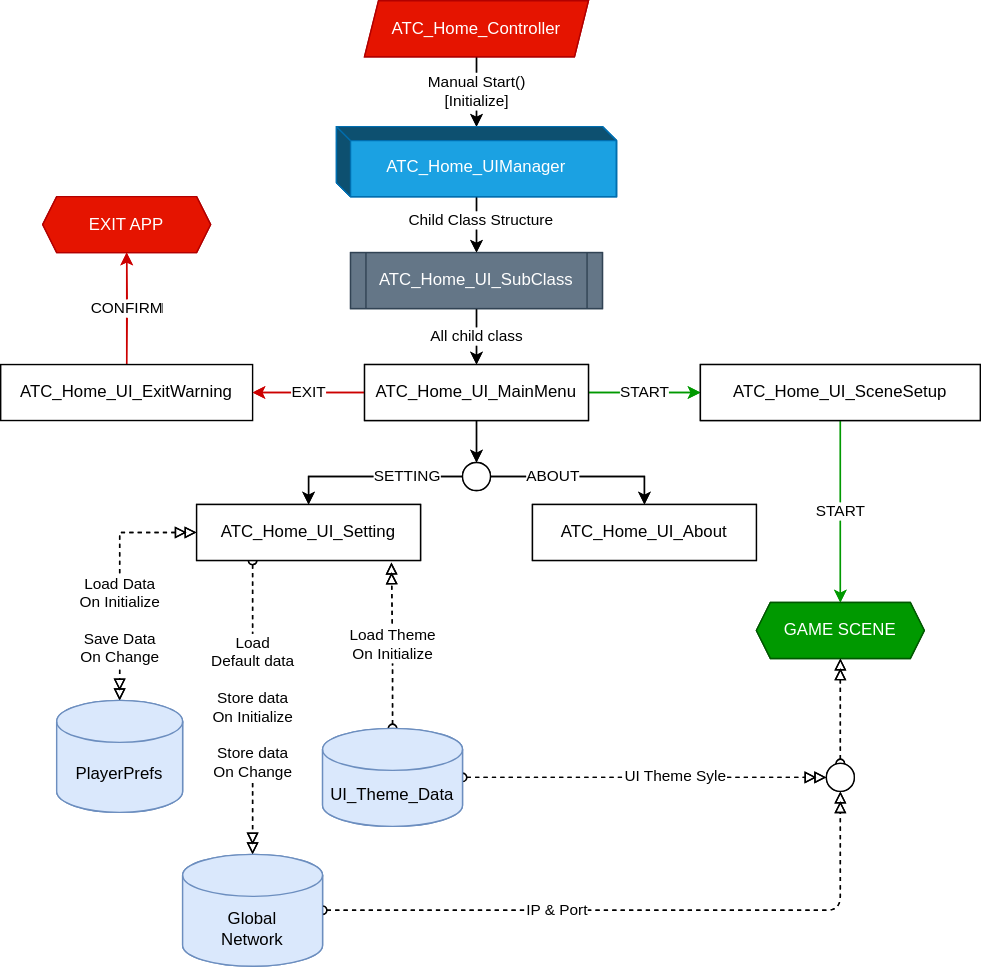
Earlier version of the draw.io export Assets/Script/01_Home/Flow_Chart_ATC_Home.drawio.svg (sabbirahmedsr/BAF-ATC-Test-UI-Toolkit-Operator-URP-U.6.1). Source tidied: cells renumbered, new cells last; positions are measured from the earlier drawing's top-left corner, leaving out a move shared by most shapes.
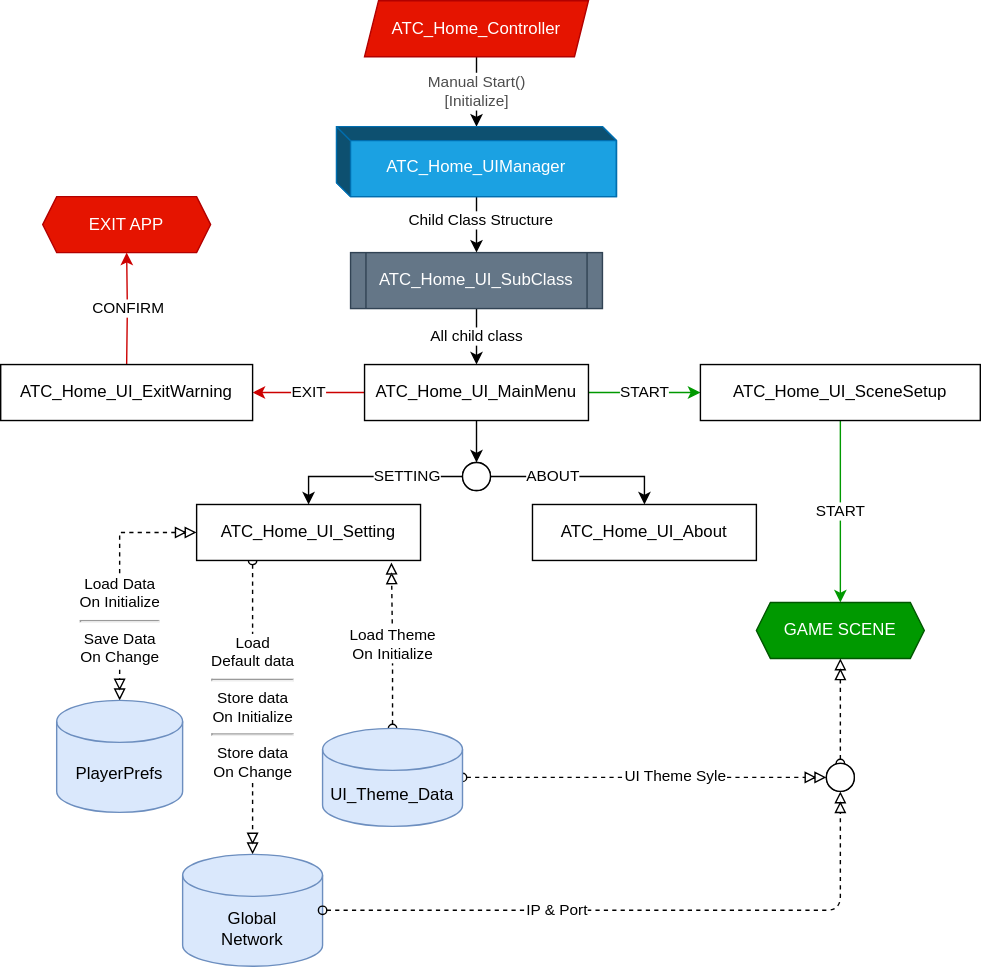
After the commit.

What changed in the source:
```diff
@@ -36,10 +36,10 @@
     <mxCell id="11" value="ATC_Home_UI_SceneSetup" style="rounded=0;whiteSpace=wrap;html=1;" parent="1" vertex="1">
       <mxGeometry x="500" y="260" width="200" height="40" as="geometry" />
     </mxCell>
-    <mxCell id="12" value="&lt;div&gt;Load&lt;/div&gt;&lt;div&gt;Default data&lt;/div&gt;&lt;div&gt;&lt;span style=&quot;background-color: light-dark(#ffffff, var(--ge-dark-color, #121212));&quot;&gt;&lt;br&gt;&lt;/span&gt;&lt;/div&gt;&lt;div&gt;&lt;span style=&quot;background-color: light-dark(#ffffff, var(--ge-dark-color, #121212));&quot;&gt;Store data&lt;/span&gt;&lt;/div&gt;&lt;div&gt;On Initialize&lt;/div&gt;&lt;div&gt;&lt;br&gt;&lt;/div&gt;&lt;div&gt;Store data&lt;/div&gt;&lt;div&gt;On Change&lt;/div&gt;" style="edgeStyle=orthogonalEdgeStyle;html=1;rounded=0;dashed=1;verticalAlign=middle;flowAnimation=0;startArrow=oval;startFill=0;endArrow=doubleBlock;endFill=0;fontColor=light-dark(#000000,#CCCCCC);entryX=0.5;entryY=0;entryDx=0;entryDy=0;entryPerimeter=0;exitX=0.25;exitY=1;exitDx=0;exitDy=0;" parent="1" edge="1" source="14" target="26">
+    <mxCell id="12" value="&lt;div&gt;Load&lt;/div&gt;&lt;div&gt;Default data&lt;/div&gt;&lt;div&gt;&lt;hr&gt;&lt;/div&gt;&lt;div&gt;&lt;span style=&quot;background-color: light-dark(#ffffff, var(--ge-dark-color, #121212));&quot;&gt;Store data&lt;/span&gt;&lt;/div&gt;&lt;div&gt;On Initialize&lt;/div&gt;&lt;div&gt;&lt;hr&gt;&lt;/div&gt;&lt;div&gt;Store data&lt;/div&gt;&lt;div&gt;On Change&lt;/div&gt;" style="edgeStyle=orthogonalEdgeStyle;html=1;rounded=0;dashed=1;verticalAlign=middle;flowAnimation=0;startArrow=oval;startFill=0;endArrow=doubleBlock;endFill=0;fontColor=light-dark(#000000,#CCCCCC);entryX=0.5;entryY=0;entryDx=0;entryDy=0;entryPerimeter=0;exitX=0.25;exitY=1;exitDx=0;exitDy=0;" parent="1" edge="1" source="14" target="26">
       <mxGeometry relative="1" as="geometry" />
     </mxCell>
-    <mxCell id="13" value="Load Data&lt;div&gt;On Initialize&lt;/div&gt;&lt;div&gt;&lt;br&gt;&lt;/div&gt;&lt;div&gt;Save Data&lt;/div&gt;&lt;div&gt;On Change&lt;/div&gt;" style="edgeStyle=orthogonalEdgeStyle;shape=connector;curved=0;rounded=0;html=1;entryX=0.5;entryY=0;entryDx=0;entryDy=0;strokeColor=default;align=center;verticalAlign=middle;fontFamily=Helvetica;fontSize=11;fontColor=light-dark(#000000,#CCCCCC);labelBackgroundColor=default;endArrow=doubleBlock;exitX=0;exitY=0.5;exitDx=0;exitDy=0;dashed=1;startArrow=doubleBlock;startFill=0;endFill=0;entryPerimeter=0;" parent="1" edge="1" source="14" target="27">
+    <mxCell id="13" value="Load Data&lt;div&gt;On Initialize&lt;/div&gt;&lt;div&gt;&lt;hr&gt;&lt;/div&gt;&lt;div&gt;Save Data&lt;/div&gt;&lt;div&gt;On Change&lt;/div&gt;" style="edgeStyle=orthogonalEdgeStyle;shape=connector;curved=0;rounded=0;html=1;entryX=0.5;entryY=0;entryDx=0;entryDy=0;strokeColor=default;align=center;verticalAlign=middle;fontFamily=Helvetica;fontSize=11;fontColor=light-dark(#000000,#CCCCCC);labelBackgroundColor=default;endArrow=doubleBlock;exitX=0;exitY=0.5;exitDx=0;exitDy=0;dashed=1;startArrow=doubleBlock;startFill=0;endFill=0;entryPerimeter=0;" parent="1" edge="1" source="14" target="27">
       <mxGeometry x="0.35" relative="1" as="geometry" />
     </mxCell>
     <mxCell id="14" value="ATC_Home_UI_Setting" style="rounded=0;whiteSpace=wrap;html=1;" parent="1" vertex="1">
@@ -102,104 +102,14 @@
     <mxCell id="33" style="ellipse;whiteSpace=wrap;html=1;" parent="1" vertex="1">
       <mxGeometry x="590" y="545" width="20" height="20" as="geometry" />
     </mxCell>
-    <mxCell id="34" value="Manual Start()&#10;[Initialize]" style="edgeStyle=none;html=1;fontColor=light-dark(#000000,#B3B3B3);textShadow=0;labelBackgroundColor=default;labelBorderColor=none;" parent="1" edge="1" source="35" target="52">
-      <mxGeometry relative="1" as="geometry" />
-    </mxCell>
-    <mxCell id="35" value="ATC_Home_Controller" style="rounded=0;whiteSpace=wrap;html=1;shape=parallelogram;perimeter=parallelogramPerimeter;fixedSize=1;size=10;fillColor=#e51400;fontColor=#ffffff;strokeColor=#B20000;" parent="1" vertex="1">
-      <mxGeometry x="260" width="160" height="40" as="geometry" />
-    </mxCell>
-    <mxCell id="36" value="ATC_Home_UI_About" style="rounded=0;whiteSpace=wrap;html=1;" parent="1" vertex="1">
-      <mxGeometry x="380" y="360" width="160" height="40" as="geometry" />
-    </mxCell>
-    <mxCell id="37" value="CONFIRM" style="edgeStyle=orthogonalEdgeStyle;rounded=0;jettySize=auto;html=1;strokeColor=light-dark(#CC0000,#CC0000);fontColor=light-dark(#000000,#B3B3B3);" parent="1" edge="1" source="38" target="57">
-      <mxGeometry relative="1" as="geometry" />
-    </mxCell>
     <mxCell id="38" value="ATC_Home_UI_ExitWarning" style="rounded=0;whiteSpace=wrap;html=1;" parent="1" vertex="1">
       <mxGeometry y="260" width="180" height="40" as="geometry" />
     </mxCell>
-    <mxCell id="39" value="START" style="edgeStyle=none;html=1;entryX=0;entryY=0.5;entryDx=0;entryDy=0;exitX=1;exitY=0.5;exitDx=0;exitDy=0;labelPosition=center;verticalLabelPosition=middle;align=center;verticalAlign=middle;strokeColor=#009900;fontColor=light-dark(#000000,#B3B3B3);" parent="1" edge="1" source="42" target="44">
-      <mxGeometry relative="1" as="geometry" />
-    </mxCell>
-    <mxCell id="40" value="EXIT" style="edgeStyle=none;html=1;entryX=1;entryY=0.5;entryDx=0;entryDy=0;exitX=0;exitY=0.5;exitDx=0;exitDy=0;strokeColor=light-dark(#CC0000,#CC0000);fontColor=light-dark(#000000,#B3B3B3);" parent="1" edge="1" source="42" target="38">
-      <mxGeometry relative="1" as="geometry" />
-    </mxCell>
-    <mxCell id="41" style="edgeStyle=none;html=1;entryX=0.5;entryY=0;entryDx=0;entryDy=0;" parent="1" edge="1" source="42" target="55">
-      <mxGeometry relative="1" as="geometry" />
-    </mxCell>
-    <mxCell id="42" value="ATC_Home_UI_MainMenu" style="rounded=0;whiteSpace=wrap;html=1;" parent="1" vertex="1">
-      <mxGeometry x="260" y="260" width="160" height="40" as="geometry" />
-    </mxCell>
-    <mxCell id="43" value="START" style="edgeStyle=orthogonalEdgeStyle;rounded=0;jettySize=auto;html=1;entryX=0.5;entryY=0;entryDx=0;entryDy=0;exitX=0.5;exitY=1;exitDx=0;exitDy=0;strokeColor=#009900;fontColor=light-dark(#000000,#B3B3B3);" parent="1" edge="1" source="44" target="56">
-      <mxGeometry relative="1" as="geometry" />
-    </mxCell>
-    <mxCell id="44" value="ATC_Home_UI_SceneSetup" style="rounded=0;whiteSpace=wrap;html=1;" parent="1" vertex="1">
-      <mxGeometry x="500" y="260" width="200" height="40" as="geometry" />
-    </mxCell>
-    <mxCell id="45" value="&lt;div&gt;Load&lt;/div&gt;&lt;div&gt;Default data&lt;/div&gt;&lt;div&gt;&lt;span style=&quot;background-color: light-dark(#ffffff, var(--ge-dark-color, #121212));&quot;&gt;&lt;br&gt;&lt;/span&gt;&lt;/div&gt;&lt;div&gt;&lt;span style=&quot;background-color: light-dark(#ffffff, var(--ge-dark-color, #121212));&quot;&gt;Store data&lt;/span&gt;&lt;/div&gt;&lt;div&gt;On Initialize&lt;/div&gt;&lt;div&gt;&lt;br&gt;&lt;/div&gt;&lt;div&gt;Store data&lt;/div&gt;&lt;div&gt;On Change&lt;/div&gt;" style="edgeStyle=orthogonalEdgeStyle;html=1;rounded=0;dashed=1;verticalAlign=middle;flowAnimation=0;startArrow=oval;startFill=0;endArrow=doubleBlock;endFill=0;fontColor=light-dark(#000000,#B3B3B3);entryX=0.5;entryY=0;entryDx=0;entryDy=0;entryPerimeter=0;exitX=0.25;exitY=1;exitDx=0;exitDy=0;" parent="1" edge="1" source="47" target="66">
-      <mxGeometry relative="1" as="geometry" />
-    </mxCell>
-    <mxCell id="46" value="Load Data&lt;div&gt;On Initialize&lt;/div&gt;&lt;div&gt;&lt;br&gt;&lt;/div&gt;&lt;div&gt;Save Data&lt;/div&gt;&lt;div&gt;On Change&lt;/div&gt;" style="edgeStyle=orthogonalEdgeStyle;shape=connector;curved=0;rounded=0;html=1;entryX=0.5;entryY=0;entryDx=0;entryDy=0;strokeColor=default;align=center;verticalAlign=middle;fontFamily=Helvetica;fontSize=11;fontColor=light-dark(#000000,#B3B3B3);labelBackgroundColor=default;endArrow=doubleBlock;exitX=0;exitY=0.5;exitDx=0;exitDy=0;dashed=1;startArrow=doubleBlock;startFill=0;endFill=0;entryPerimeter=0;" parent="1" edge="1" source="47" target="59">
-      <mxGeometry x="0.35" relative="1" as="geometry" />
-    </mxCell>
-    <mxCell id="47" value="ATC_Home_UI_Setting" style="rounded=0;whiteSpace=wrap;html=1;" parent="1" vertex="1">
-      <mxGeometry x="140" y="360" width="160" height="40" as="geometry" />
-    </mxCell>
-    <mxCell id="48" value="All child class" style="edgeStyle=none;html=1;exitX=0.5;exitY=1;exitDx=0;exitDy=0;fontColor=light-dark(#000000,#CCCCCC);" parent="1" edge="1" source="49" target="42">
-      <mxGeometry relative="1" as="geometry" />
-    </mxCell>
-    <mxCell id="49" value="ATC_Home_UI_SubClass" style="rounded=0;whiteSpace=wrap;html=1;shape=process;backgroundOutline=1;size=0.06249999999999929;fillColor=#647687;fontColor=#ffffff;strokeColor=#314354;" parent="1" vertex="1">
-      <mxGeometry x="250" y="180" width="180" height="40" as="geometry" />
-    </mxCell>
-    <mxCell id="50" style="edgeStyle=none;html=1;" parent="1" edge="1" source="52" target="49">
-      <mxGeometry relative="1" as="geometry" />
-    </mxCell>
-    <mxCell id="51" value="Child Class Structure" style="edgeLabel;html=1;align=center;verticalAlign=middle;fontColor=light-dark(#000000,#B3B3B3);" parent="50" vertex="1">
-      <mxGeometry x="-0.19" y="2" relative="1" as="geometry" />
-    </mxCell>
-    <mxCell id="52" value="ATC_Home_UIManager" style="rounded=0;whiteSpace=wrap;html=1;dashed=0;shape=mxgraph.dfd.externalEntity;verticalAlign=middle;spacing=2;spacingBottom=-8;fillColor=#1ba1e2;fontColor=#ffffff;strokeColor=#006EAF;" parent="1" vertex="1">
-      <mxGeometry x="240" y="90" width="200" height="50" as="geometry" />
-    </mxCell>
-    <mxCell id="53" value="ABOUT" style="edgeStyle=orthogonalEdgeStyle;html=1;entryX=0.5;entryY=0;entryDx=0;entryDy=0;labelPosition=left;verticalLabelPosition=middle;align=right;verticalAlign=middle;rounded=0;curved=0;fontColor=light-dark(#000000,#B3B3B3);" parent="1" edge="1" source="55" target="36">
-      <mxGeometry relative="1" as="geometry" />
-    </mxCell>
-    <mxCell id="54" value="SETTING" style="edgeStyle=orthogonalEdgeStyle;html=1;entryX=0.5;entryY=0;entryDx=0;entryDy=0;labelPosition=right;verticalLabelPosition=middle;align=left;verticalAlign=middle;rounded=0;curved=0;fontColor=light-dark(#000000,#B3B3B3);" parent="1" edge="1" source="55" target="47">
-      <mxGeometry relative="1" as="geometry" />
-    </mxCell>
     <mxCell id="55" style="ellipse;whiteSpace=wrap;html=1;" parent="1" vertex="1">
       <mxGeometry x="330" y="330" width="20" height="20" as="geometry" />
     </mxCell>
-    <mxCell id="56" value="GAME SCENE" style="shape=hexagon;perimeter=hexagonPerimeter2;whiteSpace=wrap;html=1;fixedSize=1;rounded=0;fillColor=light-dark(#009900,#006600);fontColor=light-dark(#FFFFFF,#FFFFFF);strokeColor=#005700;size=10;" parent="1" vertex="1">
-      <mxGeometry x="540" y="430" width="120" height="40" as="geometry" />
-    </mxCell>
-    <mxCell id="57" value="EXIT APP" style="shape=hexagon;perimeter=hexagonPerimeter2;whiteSpace=wrap;html=1;fixedSize=1;rounded=0;fillColor=light-dark(#E51400,#CC0000);fontColor=light-dark(#FFFFFF,#FFFFFF);strokeColor=#B20000;size=10;" parent="1" vertex="1">
-      <mxGeometry x="30" y="140" width="120" height="40" as="geometry" />
-    </mxCell>
-    <mxCell id="58" style="html=1;entryX=0.5;entryY=1;entryDx=0;entryDy=0;elbow=vertical;verticalAlign=middle;align=left;horizontal=1;edgeStyle=orthogonalEdgeStyle;dashed=1;startArrow=oval;startFill=0;endArrow=doubleBlock;endFill=0;fontColor=light-dark(#000000,#CCCCCC);" parent="1" edge="1" source="65" target="56">
-      <mxGeometry x="-0.38" relative="1" as="geometry" />
-    </mxCell>
-    <mxCell id="59" value="PlayerPrefs" style="shape=cylinder3;whiteSpace=wrap;html=1;boundedLbl=1;backgroundOutline=1;size=15;fillColor=#dae8fc;strokeColor=#6c8ebf;" parent="1" vertex="1">
-      <mxGeometry x="40" y="500" width="90" height="80" as="geometry" />
-    </mxCell>
-    <mxCell id="60" value="Load Theme&lt;div&gt;On Initialize&lt;/div&gt;" style="shape=connector;rounded=0;html=1;strokeColor=default;align=center;verticalAlign=middle;fontFamily=Helvetica;fontSize=11;fontColor=light-dark(#000000,#B3B3B3);labelBackgroundColor=default;endArrow=doubleBlock;exitX=0.5;exitY=0;exitDx=0;exitDy=0;exitPerimeter=0;entryX=0.87;entryY=1.037;entryDx=0;entryDy=0;elbow=vertical;dashed=1;jumpStyle=none;startArrow=oval;startFill=0;endFill=0;flowAnimation=0;edgeStyle=orthogonalEdgeStyle;entryPerimeter=0;" parent="1" edge="1" source="64" target="47">
-      <mxGeometry relative="1" as="geometry" />
-    </mxCell>
-    <mxCell id="61" style="edgeStyle=none;html=1;rounded=0;dashed=1;strokeColor=default;align=center;verticalAlign=middle;fontFamily=Helvetica;fontSize=11;fontColor=light-dark(#000000,#CCCCCC);labelBackgroundColor=default;elbow=vertical;jumpStyle=none;startArrow=oval;startFill=0;endArrow=doubleBlock;endFill=0;entryX=0;entryY=0.5;entryDx=0;entryDy=0;" parent="1" edge="1" source="64" target="65">
-      <mxGeometry relative="1" as="geometry" />
-    </mxCell>
-    <mxCell id="62" value="UI Theme Syle" style="edgeLabel;html=1;align=center;verticalAlign=middle;fontColor=light-dark(#000000,#B3B3B3);" parent="61" vertex="1">
-      <mxGeometry x="0.16" y="2" relative="1" as="geometry" />
-    </mxCell>
-    <mxCell id="63" value="IP &amp;amp; Port" style="html=1;entryX=0.5;entryY=1;entryDx=0;entryDy=0;elbow=vertical;verticalAlign=middle;align=left;horizontal=1;edgeStyle=orthogonalEdgeStyle;dashed=1;startArrow=oval;startFill=0;endArrow=doubleBlock;endFill=0;fontColor=light-dark(#000000,#B3B3B3);" parent="1" edge="1" source="66" target="65">
-      <mxGeometry x="-0.37" relative="1" as="geometry" />
-    </mxCell>
-    <mxCell id="64" value="UI_Theme_Data" style="shape=cylinder3;whiteSpace=wrap;html=1;boundedLbl=1;backgroundOutline=1;size=15;fillColor=#dae8fc;strokeColor=#6c8ebf;verticalAlign=middle;" parent="1" vertex="1">
-      <mxGeometry x="230" y="520" width="100" height="70" as="geometry" />
-    </mxCell>
     <mxCell id="65" style="ellipse;whiteSpace=wrap;html=1;" parent="1" vertex="1">
       <mxGeometry x="590" y="545" width="20" height="20" as="geometry" />
     </mxCell>
-    <mxCell id="66" value="Global&lt;div&gt;Network&lt;/div&gt;" style="shape=cylinder3;whiteSpace=wrap;html=1;boundedLbl=1;backgroundOutline=1;size=15;fillColor=#dae8fc;strokeColor=#6c8ebf;verticalAlign=middle;" parent="1" vertex="1">
-      <mxGeometry x="130" y="610" width="100" height="80" as="geometry" />
-    </mxCell>
   </root>
 </mxGraphModel>
```
